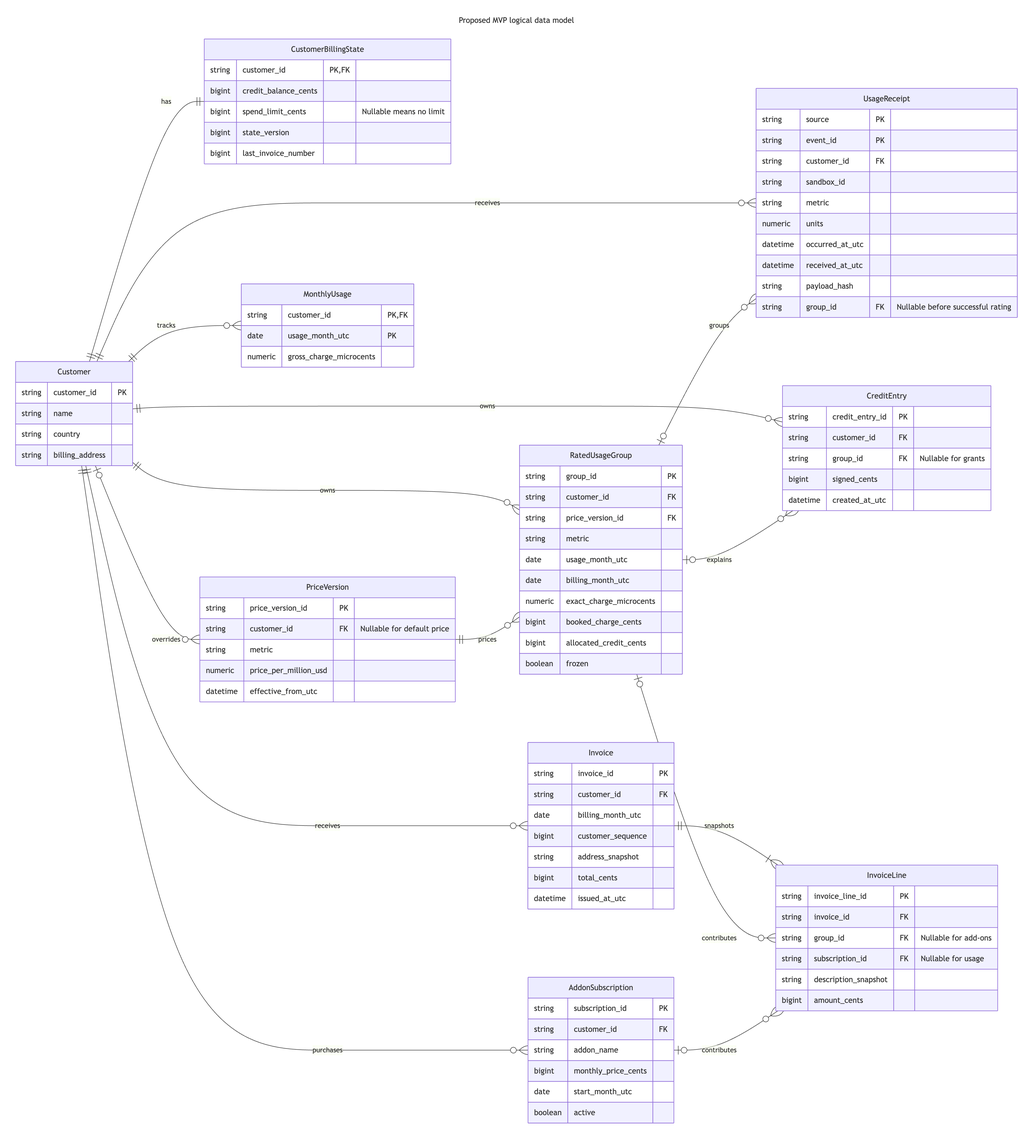
pupitooo/e2b-billing-api keeps this Mermaid diagram as docs/diagrams/data-model/data-model.png. Above is the earlier version. Its source is kept beside it as docs/diagrams/data-model/data-model.mmd.
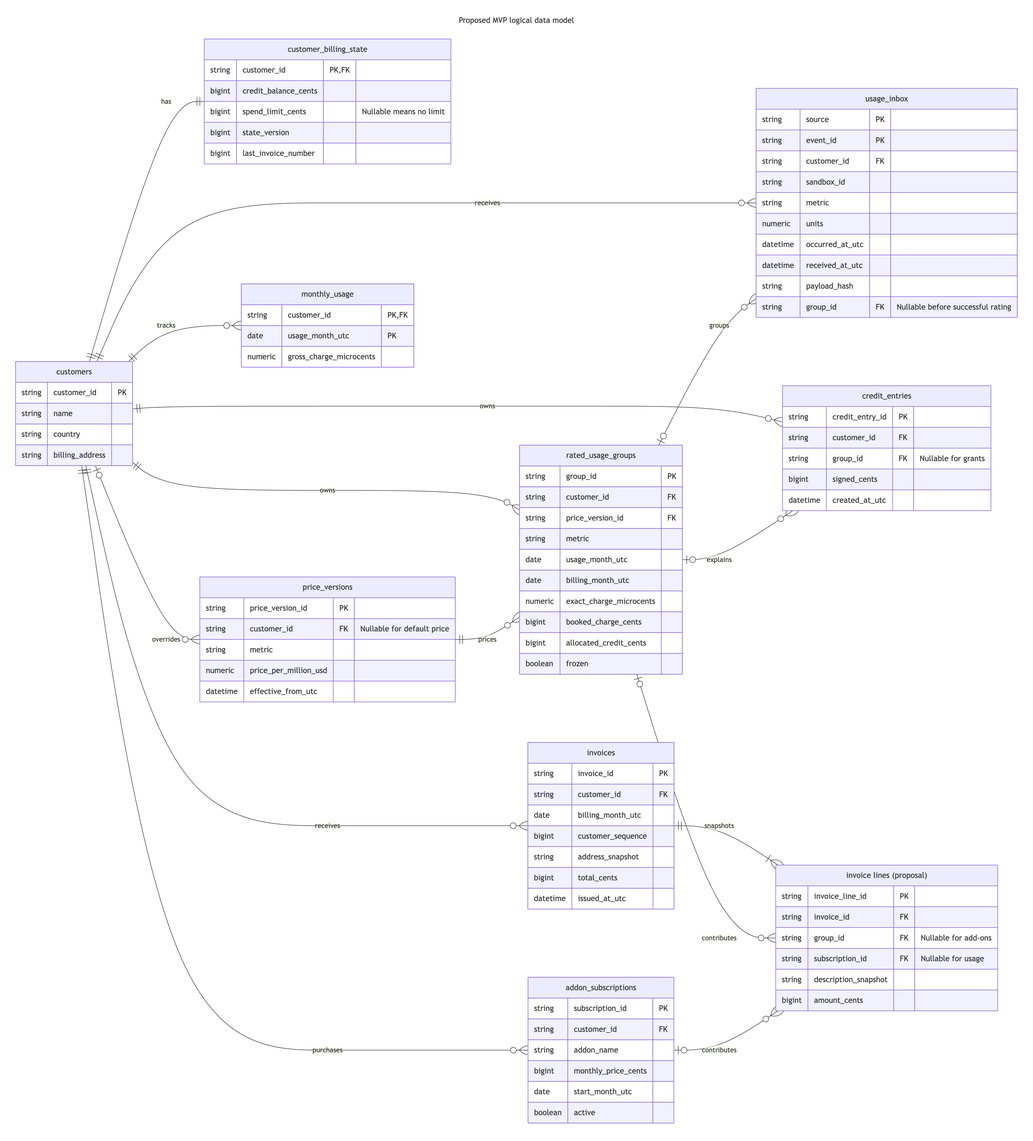
The same diagram one commit later.

The edit, as a diff of the source:
```diff
@@ -3,42 +3,42 @@
 ---
 erDiagram
     direction LR
-    Customer ||--|| CustomerBillingState : has
-    Customer |o--o{ PriceVersion : overrides
-    Customer ||--o{ UsageReceipt : receives
-    Customer ||--o{ RatedUsageGroup : owns
-    Customer ||--o{ MonthlyUsage : tracks
-    Customer ||--o{ CreditEntry : owns
-    Customer ||--o{ AddonSubscription : purchases
-    Customer ||--o{ Invoice : receives
-    PriceVersion ||--o{ RatedUsageGroup : prices
-    RatedUsageGroup |o--o{ UsageReceipt : groups
-    RatedUsageGroup |o--o{ CreditEntry : explains
-    Invoice ||--|{ InvoiceLine : snapshots
-    RatedUsageGroup |o--o{ InvoiceLine : contributes
-    AddonSubscription |o--o{ InvoiceLine : contributes
+    customers ||--|| customer_billing_state : has
+    customers |o--o{ price_versions : overrides
+    customers ||--o{ usage_inbox : receives
+    customers ||--o{ rated_usage_groups : owns
+    customers ||--o{ monthly_usage : tracks
+    customers ||--o{ credit_entries : owns
+    customers ||--o{ addon_subscriptions : purchases
+    customers ||--o{ invoices : receives
+    price_versions ||--o{ rated_usage_groups : prices
+    rated_usage_groups |o--o{ usage_inbox : groups
+    rated_usage_groups |o--o{ credit_entries : explains
+    invoices ||--|{ InvoiceLine : snapshots
+    rated_usage_groups |o--o{ InvoiceLine : contributes
+    addon_subscriptions |o--o{ InvoiceLine : contributes
 
-    Customer {
+    customers {
         string customer_id PK
         string name
         string country
         string billing_address
     }
-    CustomerBillingState {
+    customer_billing_state {
         string customer_id PK,FK
         bigint credit_balance_cents
         bigint spend_limit_cents "Nullable means no limit"
         bigint state_version
         bigint last_invoice_number
     }
-    PriceVersion {
+    price_versions {
         string price_version_id PK
         string customer_id FK "Nullable for default price"
         string metric
         numeric price_per_million_usd
         datetime effective_from_utc
     }
-    UsageReceipt {
+    usage_inbox {
         string source PK
         string event_id PK
         string customer_id FK
@@ -50,7 +50,7 @@
         string payload_hash
         string group_id FK "Nullable before successful rating"
     }
-    RatedUsageGroup {
+    rated_usage_groups {
         string group_id PK
         string customer_id FK
         string price_version_id FK
@@ -62,19 +62,19 @@
         bigint allocated_credit_cents
         boolean frozen
     }
-    MonthlyUsage {
+    monthly_usage {
         string customer_id PK,FK
         date usage_month_utc PK
         numeric gross_charge_microcents
     }
-    CreditEntry {
+    credit_entries {
         string credit_entry_id PK
         string customer_id FK
         string group_id FK "Nullable for grants"
         bigint signed_cents
         datetime created_at_utc
     }
-    AddonSubscription {
+    addon_subscriptions {
         string subscription_id PK
         string customer_id FK
         string addon_name
@@ -82,7 +82,7 @@
         date start_month_utc
         boolean active
     }
-    Invoice {
+    invoices {
         string invoice_id PK
         string customer_id FK
         date billing_month_utc
@@ -91,7 +91,7 @@
         bigint total_cents
         datetime issued_at_utc
     }
-    InvoiceLine {
+    InvoiceLine["invoice lines (proposal)"] {
         string invoice_line_id PK
         string invoice_id FK
         string group_id FK "Nullable for add-ons"
```
